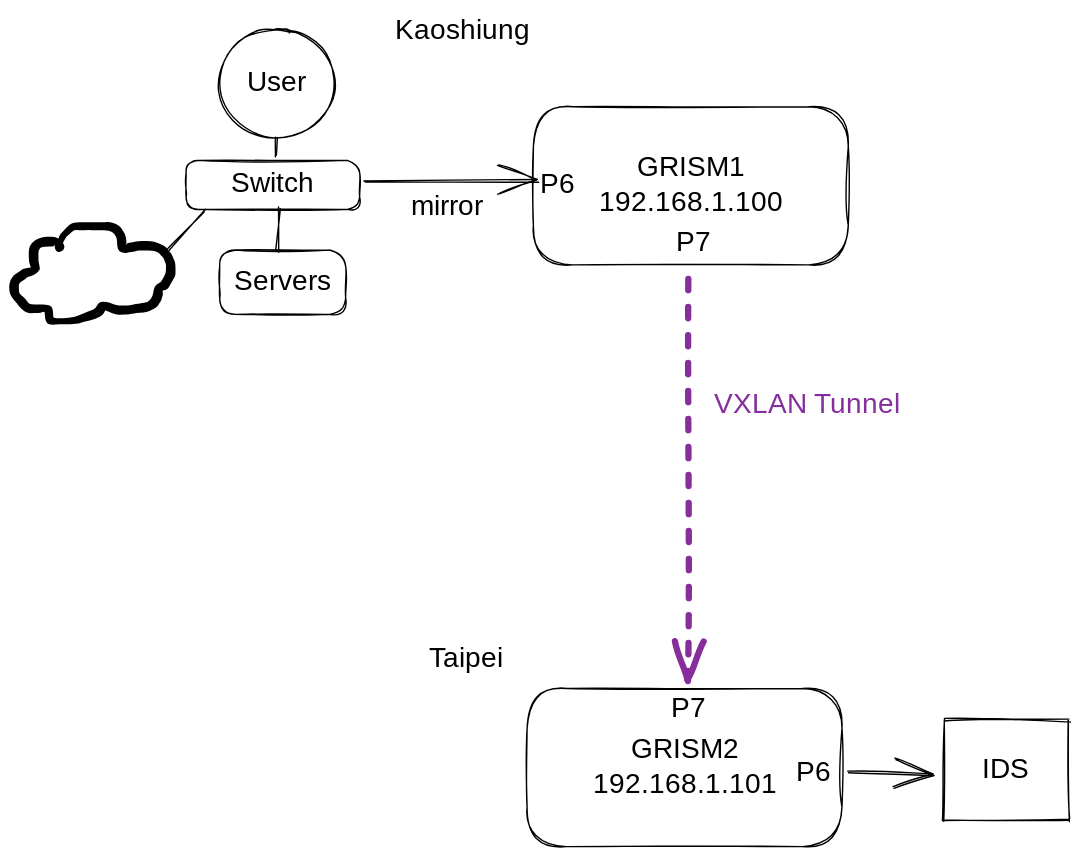
Before: .gitbook/assets/file.excalidraw.svg, a diagram exported from Excalidraw (PacketX/GRISM-XML). Source tidied: one line per element, renumbered; positions are measured from the earlier drawing's top-left corner, leaving out a move shared by most shapes.
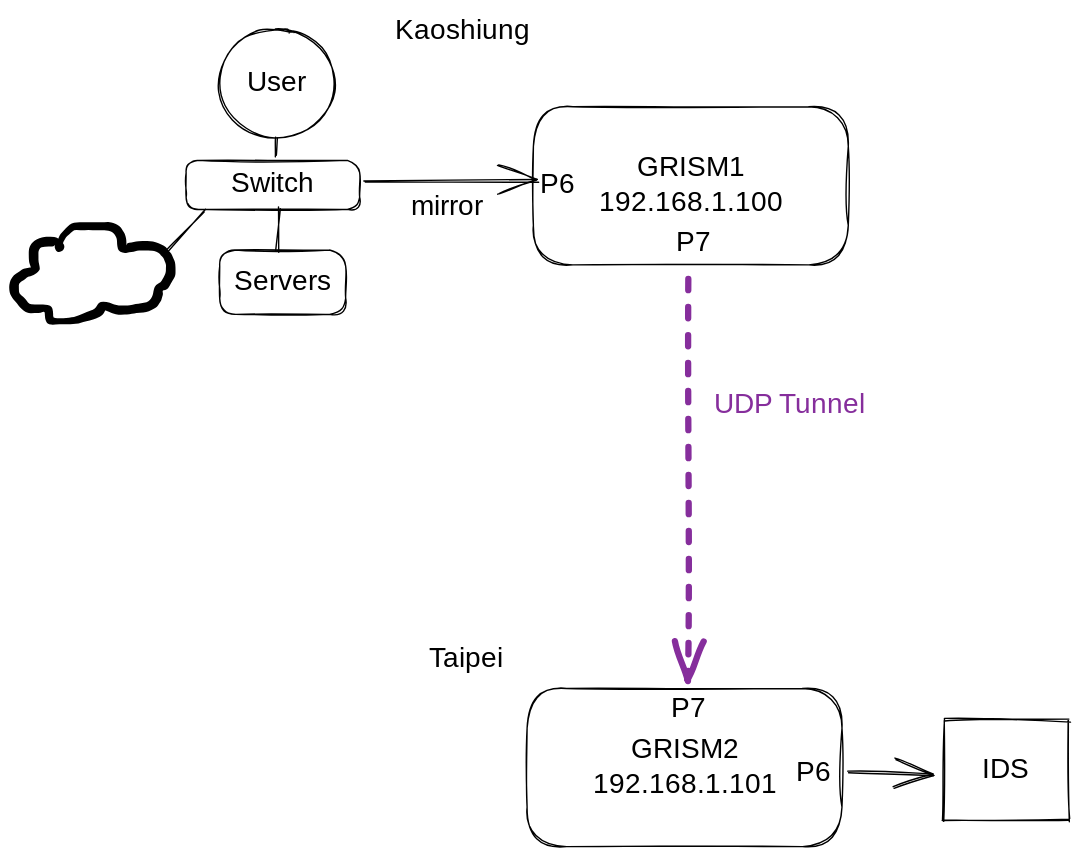
Later version of the same file.

The edit, as a diff of the source:
```diff
@@ -15,7 +15,7 @@
 {"id": 14, "type": "text", "text": "IDS", "strokeColor": "#000000", "strokeWidth": 1, "roughness": 1, "fontSize": 20, "fontFamily": 1, "textAlign": "center", "verticalAlign": "middle", "inside": 13, "x": 689, "y": 528, "width": 39, "height": 25}
 {"id": 15, "type": "arrow", "strokeColor": "#000000", "strokeWidth": 1, "roughness": 1, "endArrowhead": "arrow", "from": 10, "to": 13, "x": 595, "y": 540, "width": 61, "height": 3, "points": [[0, 0], [61, 3]]}
 {"id": 16, "type": "text", "text": "Taipei", "strokeColor": "#000000", "strokeWidth": 1, "strokeStyle": "dashed", "roughness": 1, "fontSize": 20, "fontFamily": 1, "x": 297, "y": 449, "width": 59, "height": 25}
-{"id": 17, "type": "text", "text": "VXLAN Tunnel", "strokeColor": "#862e9c", "strokeWidth": 1, "roughness": 1, "fontSize": 20, "fontFamily": 1, "x": 500, "y": 267, "width": 133, "height": 25}
+{"id": 17, "type": "text", "text": "UDP Tunnel", "strokeColor": "#862e9c", "strokeWidth": 1, "roughness": 1, "fontSize": 20, "fontFamily": 1, "x": 500, "y": 267, "width": 115, "height": 25}
 {"id": 18, "type": "rectangle", "strokeColor": "#000000", "strokeWidth": 1, "roughness": 1, "round": true, "x": 147, "y": 168, "width": 90, "height": 46}
 {"id": 19, "type": "text", "text": "Servers", "strokeColor": "#000000", "strokeWidth": 1, "roughness": 1, "fontSize": 20, "fontFamily": 1, "textAlign": "center", "verticalAlign": "middle", "inside": 18, "x": 156, "y": 179, "width": 73, "height": 25}
 {"id": 20, "type": "rectangle", "strokeColor": "#000000", "strokeWidth": 1, "roughness": 1, "round": true, "x": 123, "y": 104, "width": 124, "height": 35}
```
